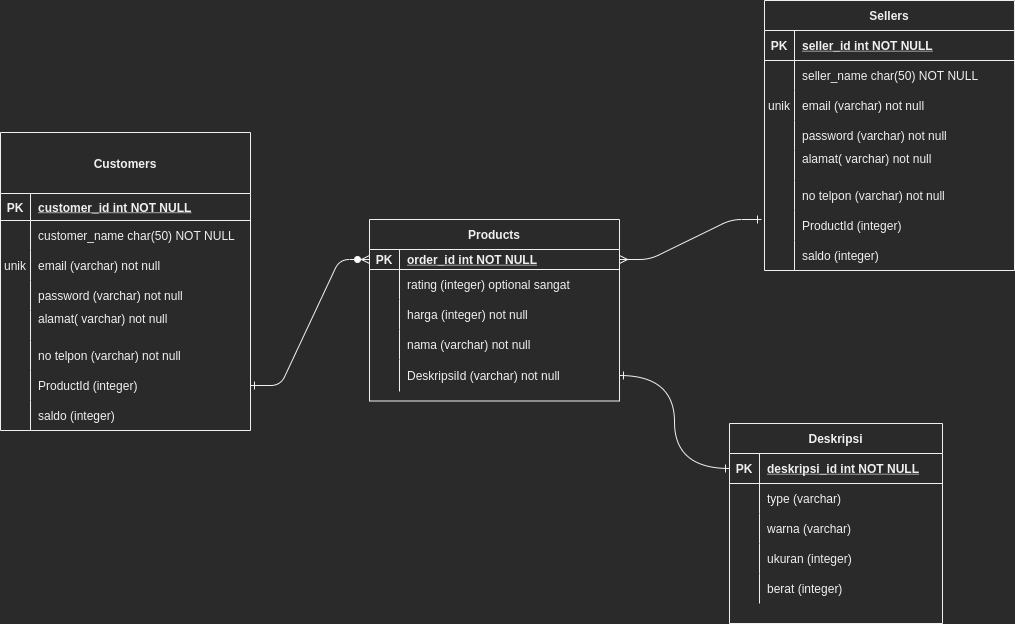
The draw.io diagram scheme.png in narindaGp/ecomKeyboard, before a commit. Source tidied: cells renumbered, new cells last; positions are measured from the earlier drawing's top-left corner, leaving out a move shared by most shapes.
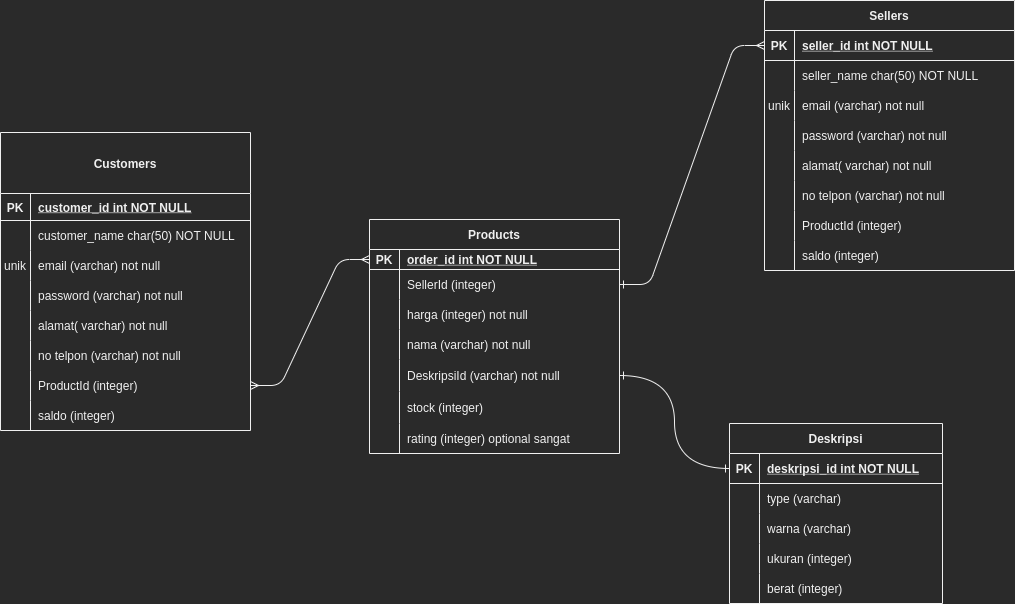
Above is the later version.

What changed in the source:
```diff
@@ -2,14 +2,14 @@
   <root>
     <mxCell id="0" />
     <mxCell id="1" parent="0" />
-    <mxCell id="2" style="edgeStyle=entityRelationEdgeStyle;endArrow=ERzeroToMany;startArrow=ERone;endFill=1;startFill=0;exitX=1;exitY=0.5;exitDx=0;exitDy=0;entryX=0;entryY=0.5;entryDx=0;entryDy=0;" parent="1" edge="1" source="39" target="5">
+    <mxCell id="2" style="edgeStyle=entityRelationEdgeStyle;endArrow=ERmany;startArrow=ERmany;endFill=0;startFill=0;exitX=1;exitY=0.5;exitDx=0;exitDy=0;entryX=0;entryY=0.5;entryDx=0;entryDy=0;" parent="1" edge="1" source="39" target="5">
       <mxGeometry relative="1" as="geometry" />
     </mxCell>
-    <mxCell id="3" style="edgeStyle=entityRelationEdgeStyle;endArrow=ERone;startArrow=ERmany;endFill=0;startFill=0;entryX=-0.012;entryY=0.3;entryDx=0;entryDy=0;entryPerimeter=0;" parent="1" edge="1" source="5" target="64">
+    <mxCell id="3" style="edgeStyle=entityRelationEdgeStyle;endArrow=ERmany;startArrow=ERone;endFill=0;startFill=0;entryX=0;entryY=0.5;entryDx=0;entryDy=0;exitX=1;exitY=0.5;exitDx=0;exitDy=0;" parent="1" edge="1" source="8" target="46">
       <mxGeometry relative="1" as="geometry" />
     </mxCell>
     <mxCell id="4" value="Products" style="shape=table;startSize=30;rowLines=0;fontStyle=1;align=center;" parent="1" vertex="1">
-      <mxGeometry x="369" y="219" width="250" height="181.5" as="geometry" />
+      <mxGeometry x="369" y="219" width="250" height="234" as="geometry" />
     </mxCell>
     <mxCell id="5" style="shape=partialRectangle;fillColor=none;points=[[0,0.5],[1,0.5]];portConstraint=eastwest;top=0;left=0;right=0;bottom=1;" parent="4" vertex="1">
       <mxGeometry y="30" width="250" height="20" as="geometry" />
@@ -26,7 +26,7 @@
     <mxCell id="9" style="shape=partialRectangle;overflow=hidden;fillColor=none;top=0;left=0;bottom=0;right=0;" parent="8" vertex="1">
       <mxGeometry width="30" height="30" as="geometry" />
     </mxCell>
-    <mxCell id="10" value="rating (integer) optional sangat" style="shape=partialRectangle;overflow=hidden;fillColor=none;top=0;left=0;bottom=0;right=0;align=left;spacingLeft=6;" parent="8" vertex="1">
+    <mxCell id="10" value="SellerId (integer)" style="shape=partialRectangle;overflow=hidden;fillColor=none;top=0;left=0;bottom=0;right=0;align=left;spacingLeft=6;" parent="8" vertex="1">
       <mxGeometry x="30" width="220" height="30" as="geometry" />
     </mxCell>
     <mxCell id="11" style="shape=partialRectangle;fillColor=none;top=0;left=0;right=0;bottom=0;" parent="4" vertex="1">
@@ -56,6 +56,24 @@
     <mxCell id="19" value="DeskripsiId (varchar) not null" style="shape=partialRectangle;overflow=hidden;fillColor=none;top=0;left=0;bottom=0;right=0;align=left;spacingLeft=6;" parent="17" vertex="1">
       <mxGeometry x="30" width="220" height="32" as="geometry" />
     </mxCell>
+    <mxCell id="87" style="shape=partialRectangle;fillColor=none;top=0;left=0;right=0;bottom=0;" parent="4" vertex="1">
+      <mxGeometry y="172" width="250" height="32" as="geometry" />
+    </mxCell>
+    <mxCell id="88" style="shape=partialRectangle;overflow=hidden;fillColor=none;top=0;left=0;bottom=0;right=0;" parent="87" vertex="1">
+      <mxGeometry width="30" height="32" as="geometry" />
+    </mxCell>
+    <mxCell id="89" value="stock (integer) " style="shape=partialRectangle;overflow=hidden;fillColor=none;top=0;left=0;bottom=0;right=0;align=left;spacingLeft=6;" parent="87" vertex="1">
+      <mxGeometry x="30" width="220" height="32" as="geometry" />
+    </mxCell>
+    <mxCell id="90" style="shape=partialRectangle;fillColor=none;top=0;left=0;right=0;bottom=0;" parent="4" vertex="1">
+      <mxGeometry y="204" width="250" height="30" as="geometry" />
+    </mxCell>
+    <mxCell id="91" style="shape=partialRectangle;overflow=hidden;fillColor=none;top=0;left=0;bottom=0;right=0;" parent="90" vertex="1">
+      <mxGeometry width="30" height="30" as="geometry" />
+    </mxCell>
+    <mxCell id="92" value="rating (integer) optional sangat" style="shape=partialRectangle;overflow=hidden;fillColor=none;top=0;left=0;bottom=0;right=0;align=left;spacingLeft=6;" parent="90" vertex="1">
+      <mxGeometry x="30" width="220" height="30" as="geometry" />
+    </mxCell>
     <mxCell id="20" value="Customers" style="shape=table;startSize=61;rowLines=0;fontStyle=1;align=center;" parent="1" vertex="1">
       <mxGeometry y="132" width="250" height="298" as="geometry" />
     </mxCell>
@@ -101,7 +119,7 @@
     <mxCell id="34" style="shape=partialRectangle;overflow=hidden;fillColor=none;top=0;left=0;bottom=0;right=0;" parent="33" vertex="1">
       <mxGeometry width="30" height="30" as="geometry" />
     </mxCell>
-    <mxCell id="35" value="alamat( varchar) not null&#10;" style="shape=partialRectangle;overflow=hidden;fillColor=none;top=0;left=0;bottom=0;right=0;align=left;spacingLeft=6;" parent="33" vertex="1">
+    <mxCell id="35" value="alamat( varchar) not null" style="shape=partialRectangle;overflow=hidden;fillColor=none;top=0;left=0;bottom=0;right=0;align=left;spacingLeft=6;" parent="33" vertex="1">
       <mxGeometry x="30" width="220" height="30" as="geometry" />
     </mxCell>
     <mxCell id="36" style="shape=partialRectangle;fillColor=none;top=0;left=0;right=0;bottom=0;" parent="20" vertex="1">
@@ -176,7 +194,7 @@
     <mxCell id="59" style="shape=partialRectangle;overflow=hidden;fillColor=none;top=0;left=0;bottom=0;right=0;" parent="58" vertex="1">
       <mxGeometry width="30" height="30" as="geometry" />
     </mxCell>
-    <mxCell id="60" value="alamat( varchar) not null&#10;" style="shape=partialRectangle;overflow=hidden;fillColor=none;top=0;left=0;bottom=0;right=0;align=left;spacingLeft=6;" parent="58" vertex="1">
+    <mxCell id="60" value="alamat( varchar) not null" style="shape=partialRectangle;overflow=hidden;fillColor=none;top=0;left=0;bottom=0;right=0;align=left;spacingLeft=6;" parent="58" vertex="1">
       <mxGeometry x="30" width="220" height="30" as="geometry" />
     </mxCell>
     <mxCell id="61" style="shape=partialRectangle;fillColor=none;top=0;left=0;right=0;bottom=0;" parent="45" vertex="1">
@@ -207,7 +225,7 @@
       <mxGeometry x="30" width="220" height="30" as="geometry" />
     </mxCell>
     <mxCell id="70" value="Deskripsi" style="shape=table;startSize=30;rowLines=0;fontStyle=1;align=center;" parent="1" vertex="1">
-      <mxGeometry x="729" y="423" width="213" height="200" as="geometry" />
+      <mxGeometry x="729" y="423" width="213" height="180" as="geometry" />
     </mxCell>
     <mxCell id="71" style="shape=partialRectangle;fillColor=none;top=0;left=0;bottom=1;right=0;points=[[0,0.5],[1,0.5]];portConstraint=eastwest;" parent="70" vertex="1">
       <mxGeometry y="30" width="213" height="30" as="geometry" />
```
